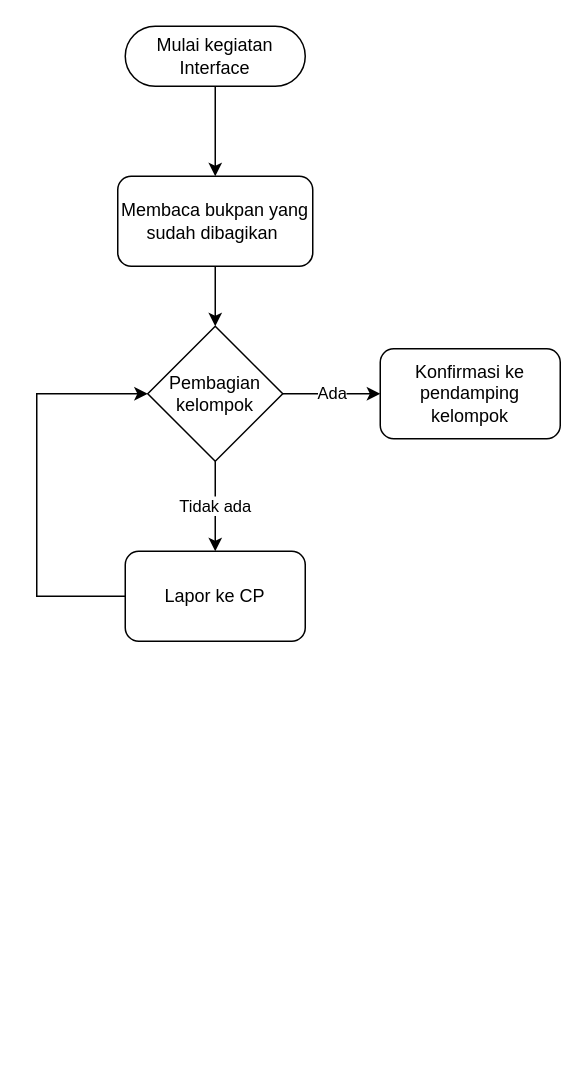
Above: GitFlow Interface Le-misse-01.drawio in Le-misse-01/GitFlow-Flowchart-Interface (draw.io), before the change. Source tidied: cells renumbered, new cells numbered last; positions are measured from the earlier drawing's top-left corner, leaving out a move shared by most shapes. Both pictures are drawn from the tidied source at 150%, with x=0, y=0 at pixel (36, 26).
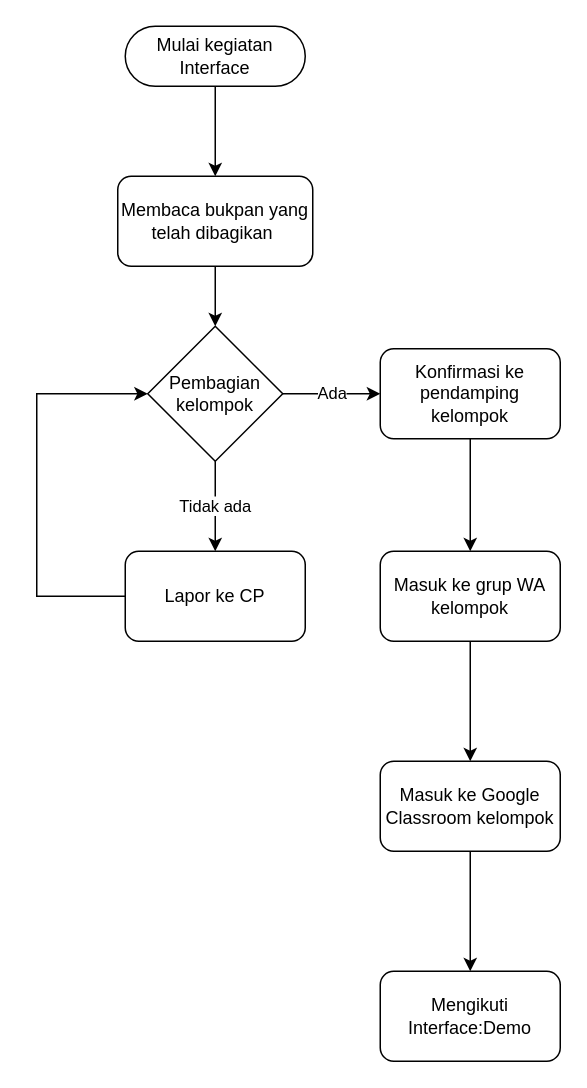
The same diagram, later.

Diff of the diagram source:
```diff
@@
 <mxGraphModel>
   <root>
     <mxCell id="0" />
     <mxCell id="1" parent="0" />
     <mxCell id="2" value="Mulai kegiatan Interface" style="rounded=1;whiteSpace=wrap;html=1;fontSize=12;glass=0;strokeWidth=1;shadow=0;arcSize=50;" parent="1" vertex="1">
       <mxGeometry x="59" width="120" height="40" as="geometry" />
     </mxCell>
     <mxCell id="3" style="edgeStyle=orthogonalEdgeStyle;rounded=0;jettySize=auto;html=1;" parent="1" edge="1" source="4" target="8">
       <mxGeometry relative="1" as="geometry" />
     </mxCell>
-    <mxCell id="4" value="Membaca bukpan yang sudah dibagikan&amp;nbsp;" style="rounded=1;whiteSpace=wrap;html=1;" parent="1" vertex="1">
+    <mxCell id="4" value="Membaca bukpan yang telah dibagikan&amp;nbsp;" style="rounded=1;whiteSpace=wrap;html=1;" parent="1" vertex="1">
       <mxGeometry x="54" y="100" width="130" height="60" as="geometry" />
     </mxCell>
     <mxCell id="5" style="endArrow=classic;html=1;rounded=0;exitX=0.5;exitY=1;exitDx=0;exitDy=0;entryX=0.5;entryY=0;entryDx=0;entryDy=0;strokeColor=default;" parent="1" edge="1" source="2" target="4">
       <mxGeometry relative="1" as="geometry" />
     </mxCell>
     <mxCell id="6" value="Tidak ada" style="edgeStyle=orthogonalEdgeStyle;rounded=0;jettySize=auto;html=1;" parent="1" edge="1" source="8" target="9">
       <mxGeometry relative="1" as="geometry" />
     </mxCell>
     <mxCell id="7" value="Ada" style="edgeStyle=orthogonalEdgeStyle;rounded=0;jettySize=auto;html=1;" parent="1" edge="1" source="8" target="11">
       <mxGeometry relative="1" as="geometry" />
     </mxCell>
     <mxCell id="8" value="Pembagian kelompok" style="rhombus;whiteSpace=wrap;html=1;" parent="1" vertex="1">
       <mxGeometry x="74" y="200" width="90" height="90" as="geometry" />
     </mxCell>
     <mxCell id="9" value="Lapor ke CP" style="rounded=1;whiteSpace=wrap;html=1;" parent="1" vertex="1">
       <mxGeometry x="59" y="350" width="120" height="60" as="geometry" />
     </mxCell>
     <mxCell id="10" style="endArrow=classic;html=1;rounded=0;exitX=0;exitY=0.5;exitDx=0;exitDy=0;edgeStyle=orthogonalEdgeStyle;entryX=0;entryY=0.5;entryDx=0;entryDy=0;" parent="1" edge="1" source="9" target="8">
       <mxGeometry relative="1" as="geometry">
         <Array as="points">
           <mxPoint y="380" />
           <mxPoint y="245" />
         </Array>
       </mxGeometry>
     </mxCell>
+    <mxCell id="12" style="edgeStyle=orthogonalEdgeStyle;rounded=0;jettySize=auto;html=1;" parent="1" edge="1" source="11" target="14">
+      <mxGeometry relative="1" as="geometry" />
+    </mxCell>
     <mxCell id="11" value="Konfirmasi ke pendamping kelompok" style="rounded=1;whiteSpace=wrap;html=1;" parent="1" vertex="1">
       <mxGeometry x="229" y="215" width="120" height="60" as="geometry" />
     </mxCell>
+    <mxCell id="13" style="edgeStyle=orthogonalEdgeStyle;rounded=0;jettySize=auto;html=1;" parent="1" edge="1" source="14" target="16">
+      <mxGeometry relative="1" as="geometry" />
+    </mxCell>
+    <mxCell id="14" value="Masuk ke grup WA kelompok" style="rounded=1;whiteSpace=wrap;html=1;" parent="1" vertex="1">
+      <mxGeometry x="229" y="350" width="120" height="60" as="geometry" />
+    </mxCell>
+    <mxCell id="15" style="edgeStyle=orthogonalEdgeStyle;rounded=0;jettySize=auto;html=1;" parent="1" edge="1" source="16" target="17">
+      <mxGeometry relative="1" as="geometry" />
+    </mxCell>
+    <mxCell id="16" value="Masuk ke Google Classroom kelompok" style="rounded=1;whiteSpace=wrap;html=1;" parent="1" vertex="1">
+      <mxGeometry x="229" y="490" width="120" height="60" as="geometry" />
+    </mxCell>
+    <mxCell id="17" value="Mengikuti Interface:Demo" style="rounded=1;whiteSpace=wrap;html=1;" parent="1" vertex="1">
+      <mxGeometry x="229" y="630" width="120" height="60" as="geometry" />
+    </mxCell>
   </root>
 </mxGraphModel>
```
